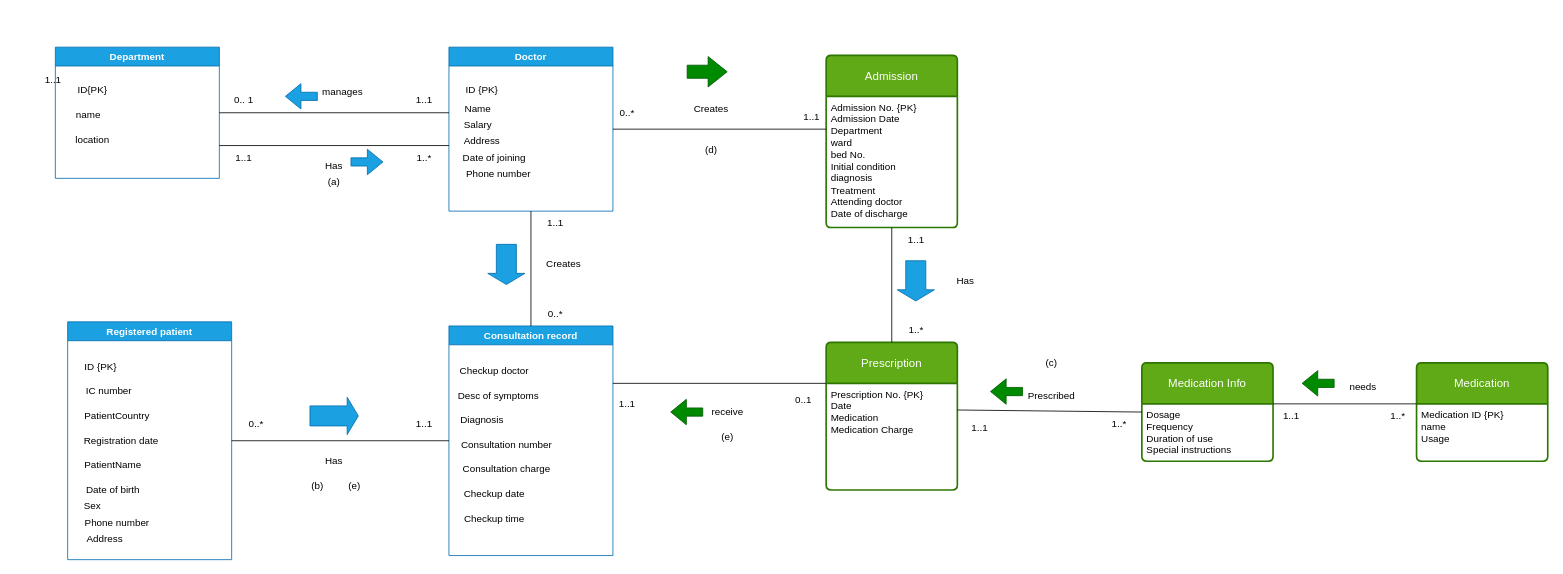
Above: Studeent1+2DBMS.drawio in Antonioiewh/DB_MANAGEMENT (draw.io), before the change. Source tidied: cells renumbered, new cells numbered last; positions are measured from the earlier drawing's top-left corner, leaving out a move shared by most shapes. Both pictures are drawn from the tidied source at 82%, with x=0, y=0 at pixel (39, 47).
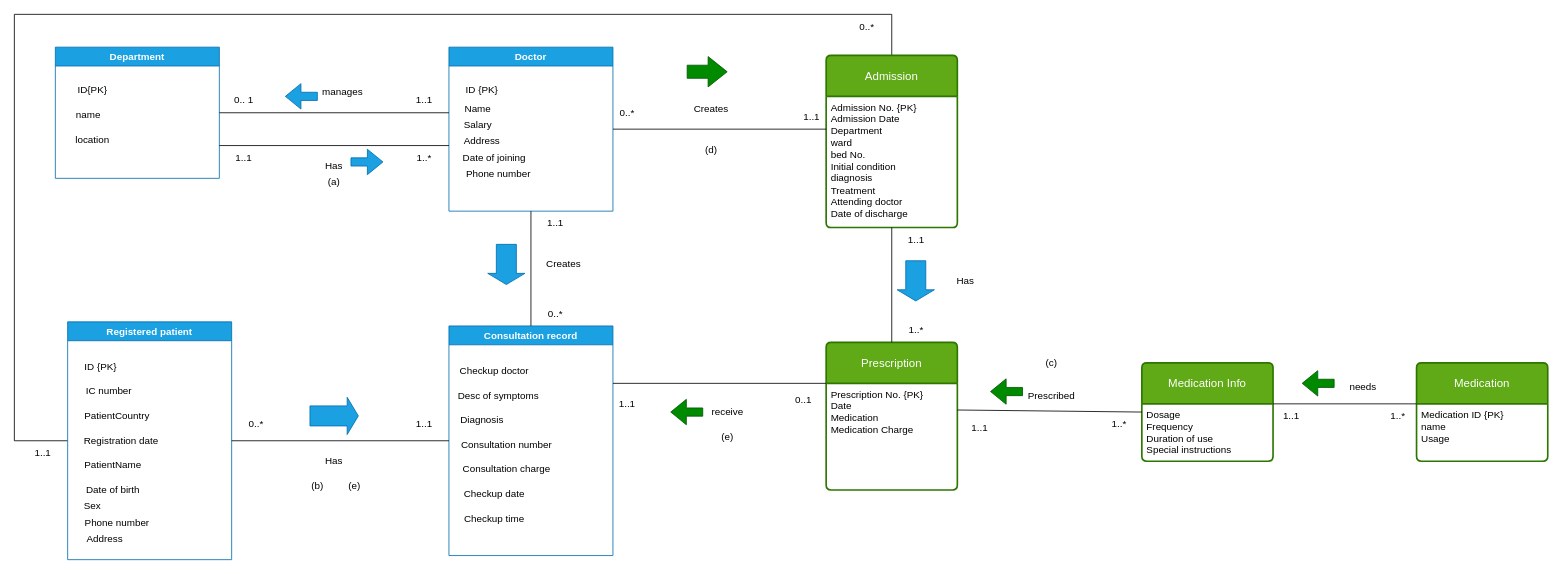
The same diagram, later.

Unchanged cells that the change refers to:
```xml
<mxCell id="13" value="Registered patient" style="swimlane;whiteSpace=wrap;html=1;fillColor=#1ba1e2;fontColor=#ffffff;strokeColor=#006EAF;" parent="1" vertex="1">
  <mxGeometry x="35" y="335" width="200" height="290" as="geometry" />
</mxCell>
<mxCell id="48" value="Admission" style="swimlane;horizontal=1;startSize=50;rounded=1;fontSize=14;fontStyle=0;strokeWidth=2;shadow=0;dashed=0;align=center;arcSize=4;whiteSpace=wrap;html=1;fillColor=#60a917;fontColor=#ffffff;strokeColor=#2D7600;" parent="1" vertex="1">
  <mxGeometry x="960" y="10" width="160" height="210" as="geometry" />
</mxCell>
```

The edit, as a diff of the source:
```diff
@@
+    <mxCell id="91" style="edgeStyle=orthogonalEdgeStyle;rounded=0;jettySize=auto;html=1;entryX=0.5;entryY=0;entryDx=0;entryDy=0;endArrow=none;startFill=0;" parent="1" edge="1" source="13" target="48">
+      <mxGeometry relative="1" as="geometry">
+        <Array as="points">
+          <mxPoint x="-30" y="480" />
+          <mxPoint x="-30" y="-40" />
+          <mxPoint x="1040" y="-40" />
+        </Array>
+      </mxGeometry>
+    </mxCell>
@@
-    <mxCell id="47" value="1..1" style="text;html=1;align=center;verticalAlign=middle;whiteSpace=wrap;rounded=0;" parent="1" vertex="1">
-      <mxGeometry y="30" width="35" height="20" as="geometry" />
-    </mxCell>
@@
+    <mxCell id="92" value="0..*" style="text;html=1;align=center;verticalAlign=middle;whiteSpace=wrap;rounded=0;" parent="1" vertex="1">
+      <mxGeometry x="980" y="-40" width="60" height="30" as="geometry" />
+    </mxCell>
+    <mxCell id="47" value="1..1" style="text;html=1;align=center;verticalAlign=middle;whiteSpace=wrap;rounded=0;" parent="1" vertex="1">
+      <mxGeometry x="-25" y="480" width="60" height="30" as="geometry" />
+    </mxCell>
```
